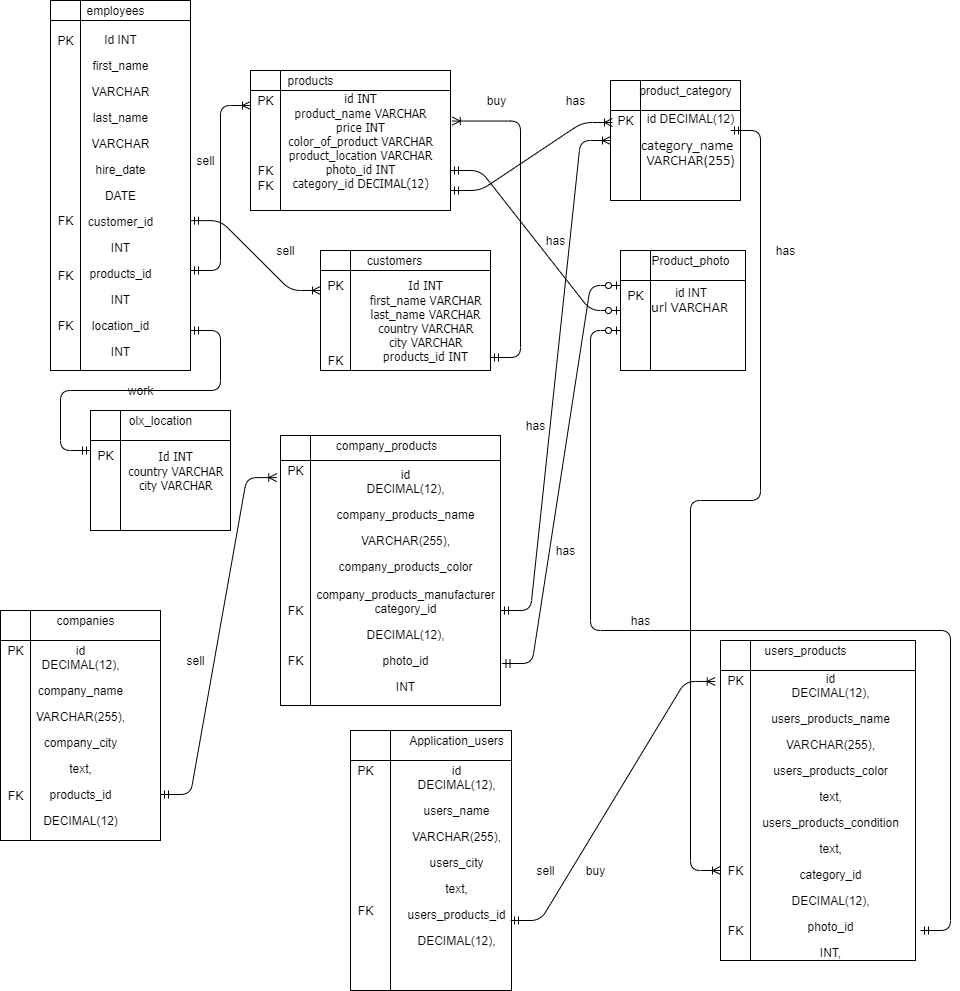
The draw.io diagram ict erd,diagram.png in Aigerim-2801/ICT-project, before a commit. Source tidied: cells renumbered, new cells last; positions are measured from the earlier drawing's top-left corner, leaving out a move shared by most shapes.
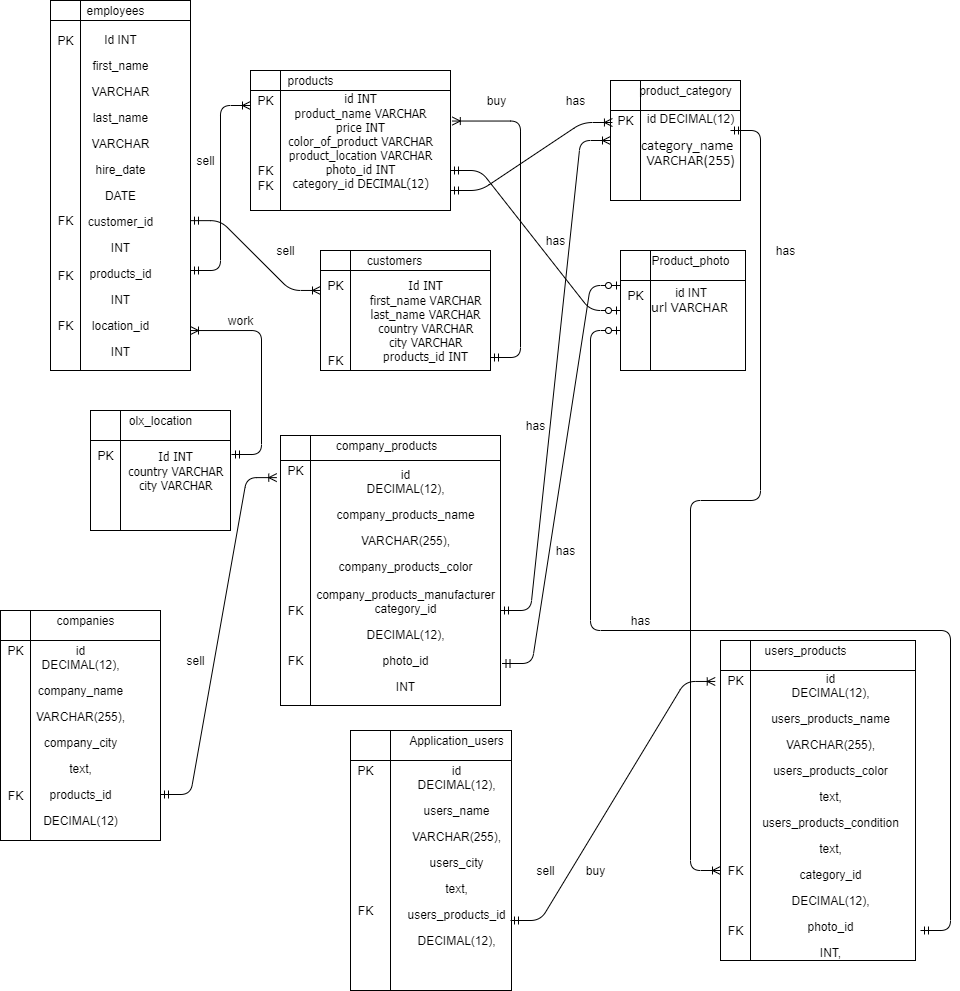
Above is the later version.

Diff of the diagram source:
```diff
@@ -95,12 +95,6 @@
     <mxCell id="32" value="&lt;p class=&quot;MsoNormal&quot;&gt;&lt;span lang=&quot;EN-US&quot;&gt;id&lt;br&gt;DECIMAL(12),&lt;/span&gt;&lt;/p&gt;&lt;span&gt;users_name&lt;/span&gt;&lt;br&gt;&lt;p class=&quot;MsoNormal&quot;&gt;&lt;span lang=&quot;EN-US&quot;&gt;VARCHAR(255),&lt;/span&gt;&lt;/p&gt;&lt;span&gt;users_city&lt;/span&gt;&lt;br&gt;&lt;p class=&quot;MsoNormal&quot;&gt;&lt;span lang=&quot;EN-US&quot;&gt;text,&lt;/span&gt;&lt;/p&gt;&lt;span&gt;users_products_id&lt;/span&gt;&lt;br&gt;&lt;p class=&quot;MsoNormal&quot;&gt;&lt;span lang=&quot;EN-US&quot;&gt;DECIMAL(12),&lt;/span&gt;&lt;/p&gt;" style="text;html=1;align=center;verticalAlign=middle;fillColor=none;strokeColor=none;rounded=0;" parent="1" vertex="1">
       <mxGeometry x="401" y="750" width="110" height="210" as="geometry" />
     </mxCell>
-    <mxCell id="33" style="edgeStyle=entityRelationEdgeStyle;fontSize=12;html=1;endArrow=ERmandOne;startArrow=ERmandOne;" parent="1" edge="1">
-      <mxGeometry relative="1" as="geometry">
-        <mxPoint x="190" y="330" as="sourcePoint" />
-        <mxPoint x="90" y="450" as="targetPoint" />
-      </mxGeometry>
-    </mxCell>
     <mxCell id="34" style="edgeStyle=entityRelationEdgeStyle;fontSize=12;html=1;endArrow=ERzeroToOne;startArrow=ERmandOne;" parent="1" edge="1" target="7">
       <mxGeometry relative="1" as="geometry">
         <mxPoint x="450" y="170" as="sourcePoint" />
@@ -161,7 +155,7 @@
       <mxGeometry x="190" y="150" width="30" height="20" as="geometry" />
     </mxCell>
     <mxCell id="47" value="work" style="text;html=1;align=center;verticalAlign=middle;fillColor=none;strokeColor=none;rounded=0;" parent="1" vertex="1">
-      <mxGeometry x="120" y="380" width="40" height="20" as="geometry" />
+      <mxGeometry x="220" y="310" width="40" height="20" as="geometry" />
     </mxCell>
     <mxCell id="48" value="buy" style="text;html=1;align=center;verticalAlign=middle;fillColor=none;strokeColor=none;rounded=0;" parent="1" vertex="1">
       <mxGeometry x="481" y="90" width="30" height="20" as="geometry" />
@@ -261,5 +255,10 @@
     <mxCell id="79" value="FK" style="text;html=1;align=center;verticalAlign=middle;fillColor=none;strokeColor=none;rounded=0;" parent="1" vertex="1">
       <mxGeometry x="50" y="210" width="30" height="20" as="geometry" />
     </mxCell>
+    <mxCell id="80" style="edgeStyle=entityRelationEdgeStyle;fontSize=12;html=1;endArrow=ERoneToMany;startArrow=ERmandOne;entryX=1;entryY=0.892;entryDx=0;entryDy=0;entryPerimeter=0;" parent="1" edge="1" target="11">
+      <mxGeometry relative="1" as="geometry">
+        <mxPoint x="231" y="454" as="sourcePoint" />
+      </mxGeometry>
+    </mxCell>
   </root>
 </mxGraphModel>
```
